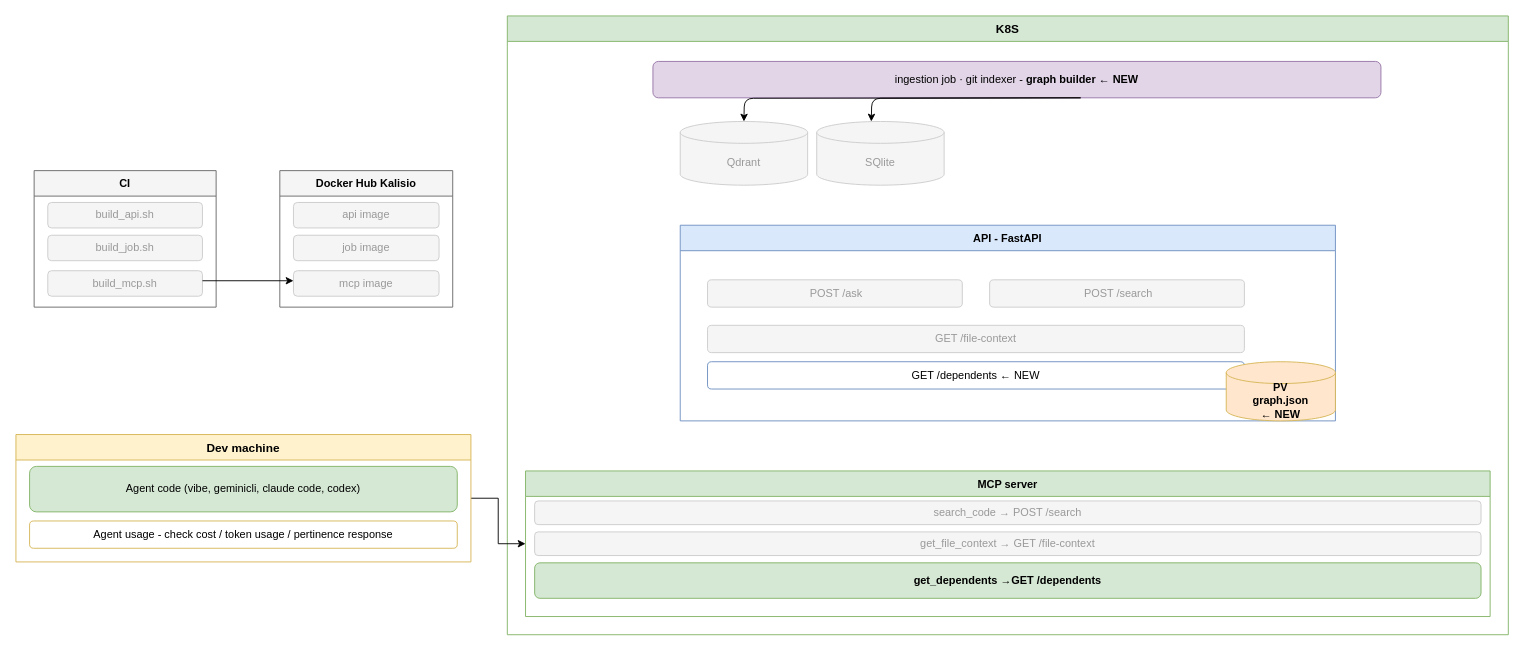
Above: page "Code Graph" (7 of 14) of docs/public/architecture.drawio in kalisio/knowledge (draw.io), before the change. Source tidied: cells renumbered, new cells numbered last; positions are measured from the earlier drawing's top-left corner, leaving out a move shared by most shapes. Both pictures are drawn from the tidied source at 91%, with x=0, y=0 at pixel (15, 15).
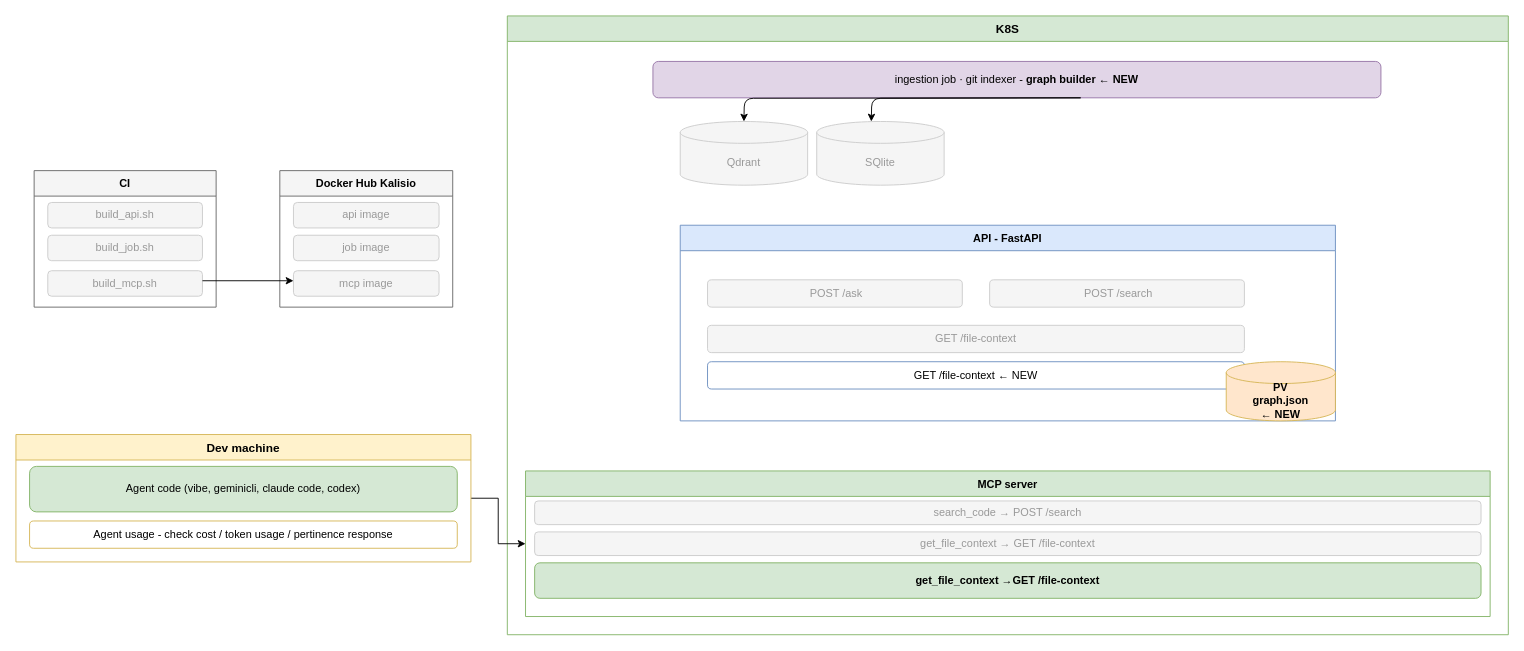
Above is the later version.

Commit message (it also covers changes not shown here):
docs: rename get_dependents to get_file_context in the diagrams #10

The change refers to these unchanged cells:
```xml
<mxCell id="3" value="MCP server" style="swimlane;startSize=28;fillColor=#d5e8d4;strokeColor=#82b366;fontStyle=1;" parent="2" vertex="1">
  <mxGeometry x="20" y="500" width="1060" height="160" as="geometry" />
</mxCell>
<mxCell id="12" value="API - FastAPI" style="swimlane;startSize=28;fillColor=#dae8fc;strokeColor=#6c8ebf;fontStyle=1;" parent="2" vertex="1">
  <mxGeometry x="190" y="230" width="720" height="215" as="geometry" />
</mxCell>
```

Diff of the diagram source:
```diff
@@
-    <mxCell id="6" value="get_dependents →GET /dependents" style="rounded=1;whiteSpace=wrap;html=1;fillColor=#d5e8d4;strokeColor=#82b366;fontStyle=1;" parent="3" vertex="1">
+    <mxCell id="6" value="get_file_context →GET /file-context" style="rounded=1;whiteSpace=wrap;html=1;fillColor=#d5e8d4;strokeColor=#82b366;fontStyle=1;" parent="3" vertex="1">
       <mxGeometry x="10" y="101" width="1040" height="39" as="geometry" />
     </mxCell>
@@
-    <mxCell id="16" value="GET /dependents&amp;nbsp;← NEW" style="rounded=1;whiteSpace=wrap;html=1;fillColor=#ffffff;strokeColor=#6c8ebf;" parent="12" vertex="1">
+    <mxCell id="16" value="GET /file-context&amp;nbsp;← NEW" style="rounded=1;whiteSpace=wrap;html=1;fillColor=#ffffff;strokeColor=#6c8ebf;" parent="12" vertex="1">
       <mxGeometry x="30" y="150" width="590" height="30" as="geometry" />
     </mxCell>
```
